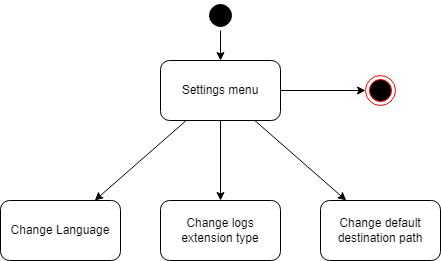
Atineon/easysave_production keeps this draw.io diagram as CDC/3.0/activity_diagram_settings_changeLanguage.png. Above is the earlier version. Source tidied: cells renumbered, new cells last; positions are measured from the earlier drawing's top-left corner, leaving out a move shared by most shapes.
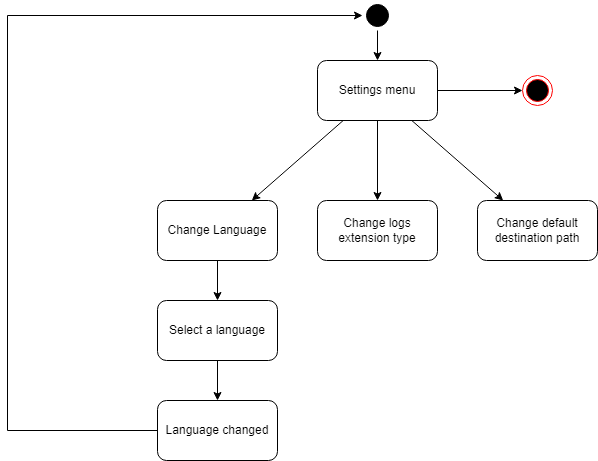
After the commit.

Commit message:
feat: add settings activity diagrams

What changed in the source:
```diff
@@ -2,18 +2,18 @@
   <root>
     <mxCell id="0" />
     <mxCell id="1" parent="0" />
-    <mxCell id="2" style="edgeStyle=orthogonalEdgeStyle;rounded=0;jettySize=auto;html=1;" parent="1" edge="1" source="3" target="9">
-      <mxGeometry relative="1" as="geometry" />
-    </mxCell>
-    <mxCell id="3" style="ellipse;shape=startState;fillColor=#000000;strokeColor=#000000;" parent="1" vertex="1">
-      <mxGeometry x="205" width="30" height="30" as="geometry" />
-    </mxCell>
-    <mxCell id="4" style="ellipse;html=1;shape=endState;fillColor=#000000;strokeColor=#ff0000;strokeWidth=1;gradientColor=none;" parent="1" vertex="1">
-      <mxGeometry x="365" y="75" width="30" height="30" as="geometry" />
-    </mxCell>
-    <mxCell id="5" style="edgeStyle=orthogonalEdgeStyle;rounded=0;jettySize=auto;html=1;" parent="1" edge="1" source="9" target="4">
-      <mxGeometry relative="1" as="geometry" />
-    </mxCell>
+    <mxCell id="13" style="edgeStyle=orthogonalEdgeStyle;rounded=0;jettySize=auto;html=1;" parent="1" edge="1" source="14" target="9">
+      <mxGeometry relative="1" as="geometry" />
+    </mxCell>
+    <mxCell id="14" style="ellipse;shape=startState;fillColor=#000000;strokeColor=#000000;" parent="1" vertex="1">
+      <mxGeometry x="205" width="30" height="30" as="geometry" />
+    </mxCell>
+    <mxCell id="15" style="ellipse;html=1;shape=endState;fillColor=#000000;strokeColor=#ff0000;strokeWidth=1;gradientColor=none;" parent="1" vertex="1">
+      <mxGeometry x="365" y="75" width="30" height="30" as="geometry" />
+    </mxCell>
+    <mxCell id="16" style="edgeStyle=orthogonalEdgeStyle;rounded=0;jettySize=auto;html=1;" parent="1" edge="1" source="9" target="15">
+      <mxGeometry relative="1" as="geometry" />
+    </mxCell>
     <mxCell id="6" style="edgeStyle=none;rounded=0;jettySize=auto;html=1;" parent="1" edge="1" source="9" target="10">
       <mxGeometry relative="1" as="geometry" />
     </mxCell>
@@ -26,6 +26,9 @@
     <mxCell id="9" value="Settings menu" style="rounded=1;whiteSpace=wrap;html=1;" parent="1" vertex="1">
       <mxGeometry x="160" y="60" width="120" height="60" as="geometry" />
     </mxCell>
+    <mxCell id="17" style="edgeStyle=none;rounded=0;jettySize=auto;html=1;" parent="1" edge="1" source="10" target="19">
+      <mxGeometry relative="1" as="geometry" />
+    </mxCell>
     <mxCell id="10" value="Change Language" style="rounded=1;whiteSpace=wrap;html=1;" parent="1" vertex="1">
       <mxGeometry y="200" width="120" height="60" as="geometry" />
     </mxCell>
@@ -35,5 +38,22 @@
     <mxCell id="12" value="Change default destination path" style="rounded=1;whiteSpace=wrap;html=1;" parent="1" vertex="1">
       <mxGeometry x="320" y="200" width="120" height="60" as="geometry" />
     </mxCell>
+    <mxCell id="18" style="edgeStyle=none;rounded=0;jettySize=auto;html=1;" parent="1" edge="1" source="19" target="21">
+      <mxGeometry relative="1" as="geometry" />
+    </mxCell>
+    <mxCell id="19" value="Select a language" style="rounded=1;whiteSpace=wrap;html=1;" parent="1" vertex="1">
+      <mxGeometry y="300" width="120" height="60" as="geometry" />
+    </mxCell>
+    <mxCell id="20" style="edgeStyle=none;rounded=0;jettySize=auto;html=1;" parent="1" edge="1" source="21" target="14">
+      <mxGeometry relative="1" as="geometry">
+        <Array as="points">
+          <mxPoint x="-150" y="430" />
+          <mxPoint x="-150" y="15" />
+        </Array>
+      </mxGeometry>
+    </mxCell>
+    <mxCell id="21" value="Language changed" style="rounded=1;whiteSpace=wrap;html=1;" parent="1" vertex="1">
+      <mxGeometry y="400" width="120" height="60" as="geometry" />
+    </mxCell>
   </root>
 </mxGraphModel>
```
